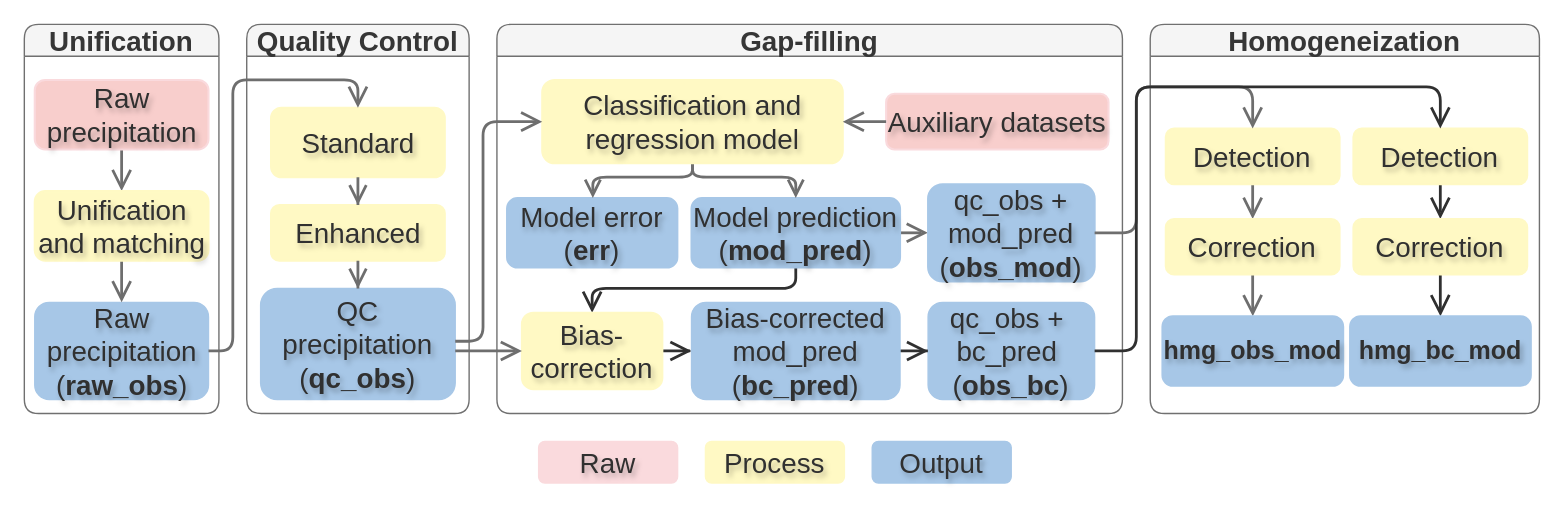
adrHuerta/diagrams keeps this draw.io diagram as obs-prec-sa.drawio. Above is the earlier version. Source tidied: cells renumbered, new cells numbered last; positions are measured from the earlier drawing's top-left corner, leaving out a move shared by most shapes. Both pictures are drawn from the tidied source at 139%, with x=0, y=0 at pixel (24, 24).
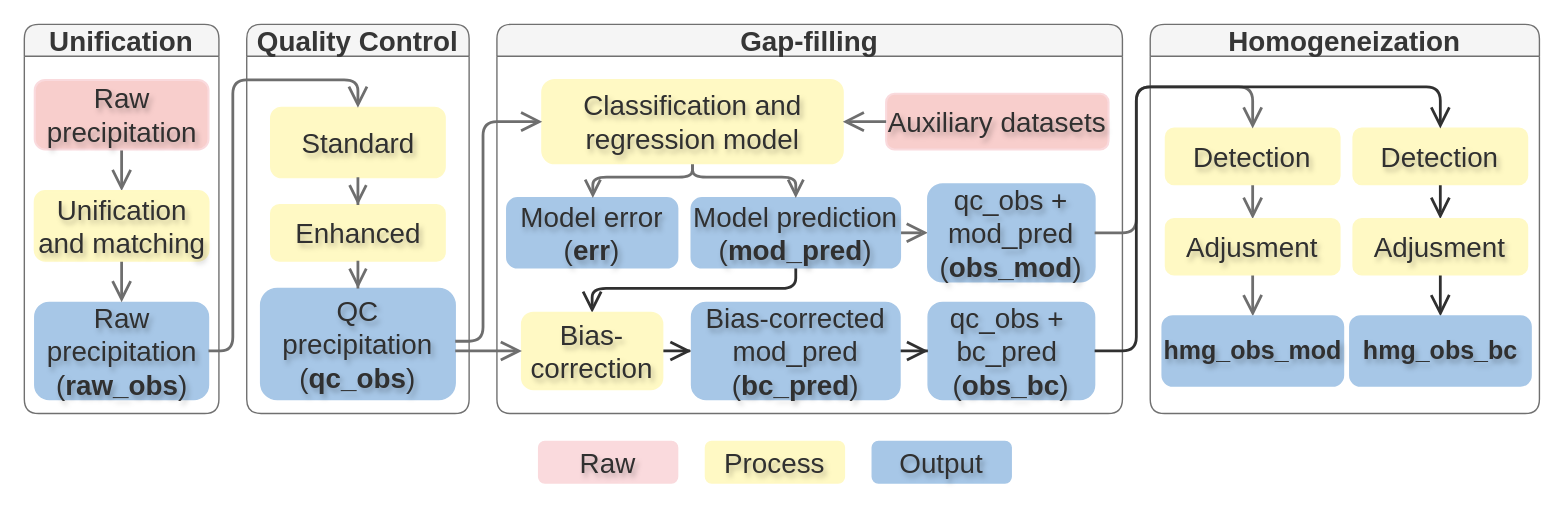
Above is the later version.

Unchanged cells that the change refers to:
```xml
<mxCell id="18" value="&lt;font style=&quot;font-size: 20px;&quot;&gt;Homogeneization&lt;/font&gt;" style="swimlane;whiteSpace=wrap;html=1;labelBackgroundColor=none;rounded=1;fillColor=#f5f5f5;strokeColor=#707070;fontColor=#363636;fontSize=20;verticalAlign=middle;align=center;labelBorderColor=none;textShadow=0;" parent="1" vertex="1">
  <mxGeometry x="810" width="280" height="280" as="geometry" />
</mxCell>
```

The edit, as a diff of the source:
```diff
@@
-    <mxCell id="24" value="&lt;font style=&quot;font-size: 20px;&quot;&gt;Correction&lt;/font&gt;" style="rounded=1;html=1;labelBackgroundColor=none;fillColor=#FFF9C4;strokeColor=#FFF9C4;fontSize=20;fontColor=#303030;textShadow=1;labelBorderColor=none;strokeWidth=1.5;verticalAlign=middle;align=center;whiteSpace=wrap;" parent="18" vertex="1">
+    <mxCell id="24" value="&lt;font style=&quot;font-size: 20px;&quot;&gt;Adjusment&lt;/font&gt;" style="rounded=1;html=1;labelBackgroundColor=none;fillColor=#FFF9C4;strokeColor=#FFF9C4;fontSize=20;fontColor=#303030;textShadow=1;labelBorderColor=none;strokeWidth=1.5;verticalAlign=middle;align=center;whiteSpace=wrap;" parent="18" vertex="1">
       <mxGeometry x="11.2" y="140" width="125" height="40" as="geometry" />
     </mxCell>
@@
-    <mxCell id="26" value="&lt;font style=&quot;font-size: 20px;&quot;&gt;Correction&lt;/font&gt;" style="rounded=1;html=1;labelBackgroundColor=none;fillColor=#FFF9C4;strokeColor=#FFF9C4;fontSize=20;fontColor=#303030;textShadow=1;labelBorderColor=none;strokeWidth=1.5;verticalAlign=middle;align=center;whiteSpace=wrap;" parent="18" vertex="1">
+    <mxCell id="26" value="&lt;font style=&quot;font-size: 20px;&quot;&gt;Adjusment&lt;/font&gt;" style="rounded=1;html=1;labelBackgroundColor=none;fillColor=#FFF9C4;strokeColor=#FFF9C4;fontSize=20;fontColor=#303030;textShadow=1;labelBorderColor=none;strokeWidth=1.5;verticalAlign=middle;align=center;whiteSpace=wrap;" parent="18" vertex="1">
       <mxGeometry x="146.2" y="140" width="125" height="40" as="geometry" />
     </mxCell>
@@
-    <mxCell id="29" value="&lt;b style=&quot;font-size: 18px;&quot;&gt;&lt;font style=&quot;font-size: 18px;&quot;&gt;hmg_bc_mod&lt;/font&gt;&lt;/b&gt;" style="rounded=1;html=1;labelBackgroundColor=none;fillColor=#A7C7E7;strokeColor=#A7C7E7;fontSize=18;fontColor=#303030;textShadow=1;labelBorderColor=none;strokeWidth=1.5;verticalAlign=middle;align=center;whiteSpace=wrap;" parent="18" vertex="1">
+    <mxCell id="29" value="&lt;b style=&quot;font-size: 18px;&quot;&gt;&lt;font style=&quot;font-size: 18px;&quot;&gt;hmg_obs_bc&lt;/font&gt;&lt;/b&gt;" style="rounded=1;html=1;labelBackgroundColor=none;fillColor=#A7C7E7;strokeColor=#A7C7E7;fontSize=18;fontColor=#303030;textShadow=1;labelBorderColor=none;strokeWidth=1.5;verticalAlign=middle;align=center;whiteSpace=wrap;" parent="18" vertex="1">
       <mxGeometry x="143.8" y="210" width="130" height="50" as="geometry" />
     </mxCell>
```
